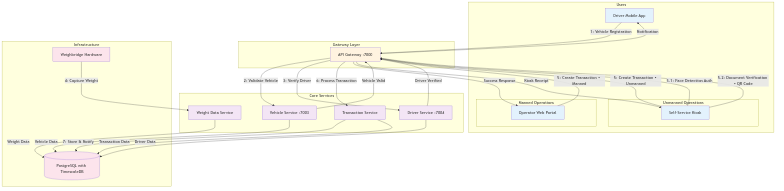
Above: docs/c4/assets/complete-weighing-transaction-flow.png in Qalitrack/qalitrackservices (Mermaid), before the change. Its source is kept beside it as docs/c4/complete-weighing-transaction-flow.mmd.
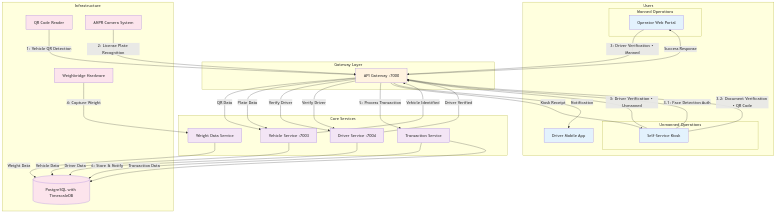
Later version of the same file.

Commit message:
feat(c4): reorder transaction flow to match actual weighbridge operations

Change to the diagram source:
```diff
@@ -25,23 +25,29 @@
     subgraph "Infrastructure"
         PostgreSQL[(PostgreSQL with TimescaleDB)]
         Hardware[Weighbridge Hardware]
+        QRReader[QR Code Reader]
+        ANPRCamera[ANPR Camera System]
     end
 
-    Driver -->|"1: Vehicle Registration"| Gateway
-    Gateway -->|"2: Validate Vehicle"| VehicleSvc
-    VehicleSvc -->|"Vehicle Valid"| Gateway
-    Gateway -->|"3: Verify Driver"| DriverSvc
+    QRReader -->|"1: Vehicle QR Detection"| Gateway
+    Gateway -->|"QR Data"| VehicleSvc
+    ANPRCamera -->|"2: License Plate Recognition"| Gateway
+    Gateway -->|"Plate Data"| VehicleSvc
+    VehicleSvc -->|"Vehicle Identified"| Gateway
+
+    Operator -->|"3: Driver Verification • Manned"| Gateway
+    Gateway -->|"Verify Driver"| DriverSvc
+
+    Kiosk -->|"3: Driver Verification • Unmanned"| Gateway
+    Kiosk -->|"3.1: Face Detection Auth"| Gateway
+    Kiosk -->|"3.2: Document Verification • QR Code"| Gateway
+    Gateway -->|"Verify Driver"| DriverSvc
+
     DriverSvc -->|"Driver Verified"| Gateway
     Hardware -->|"4: Capture Weight"| WeightSvc
 
-    Operator -->|"5: Create Transaction • Manned"| Gateway
-
-    Kiosk -->|"5: Create Transaction • Unmanned"| Gateway
-    Kiosk -->|"5.1: Face Detection Auth"| Gateway
-    Kiosk -->|"5.2: Document Verification • QR Code"| Gateway
-
-    Gateway -->|"6: Process Transaction"| TransactionSvc
-    TransactionSvc -->|"7: Store & Notify"| PostgreSQL
+    Gateway -->|"5: Process Transaction"| TransactionSvc
+    TransactionSvc -->|"6: Store & Notify"| PostgreSQL
 
     VehicleSvc -->|Vehicle Data| PostgreSQL
     DriverSvc -->|Driver Data| PostgreSQL
@@ -60,4 +66,4 @@
     class Driver,Operator,Kiosk client
     class Gateway gateway
     class VehicleSvc,DriverSvc,WeightSvc,TransactionSvc services
-    class PostgreSQL,Hardware infrastructure
+    class PostgreSQL,Hardware,QRReader,ANPRCamera infrastructure
```
